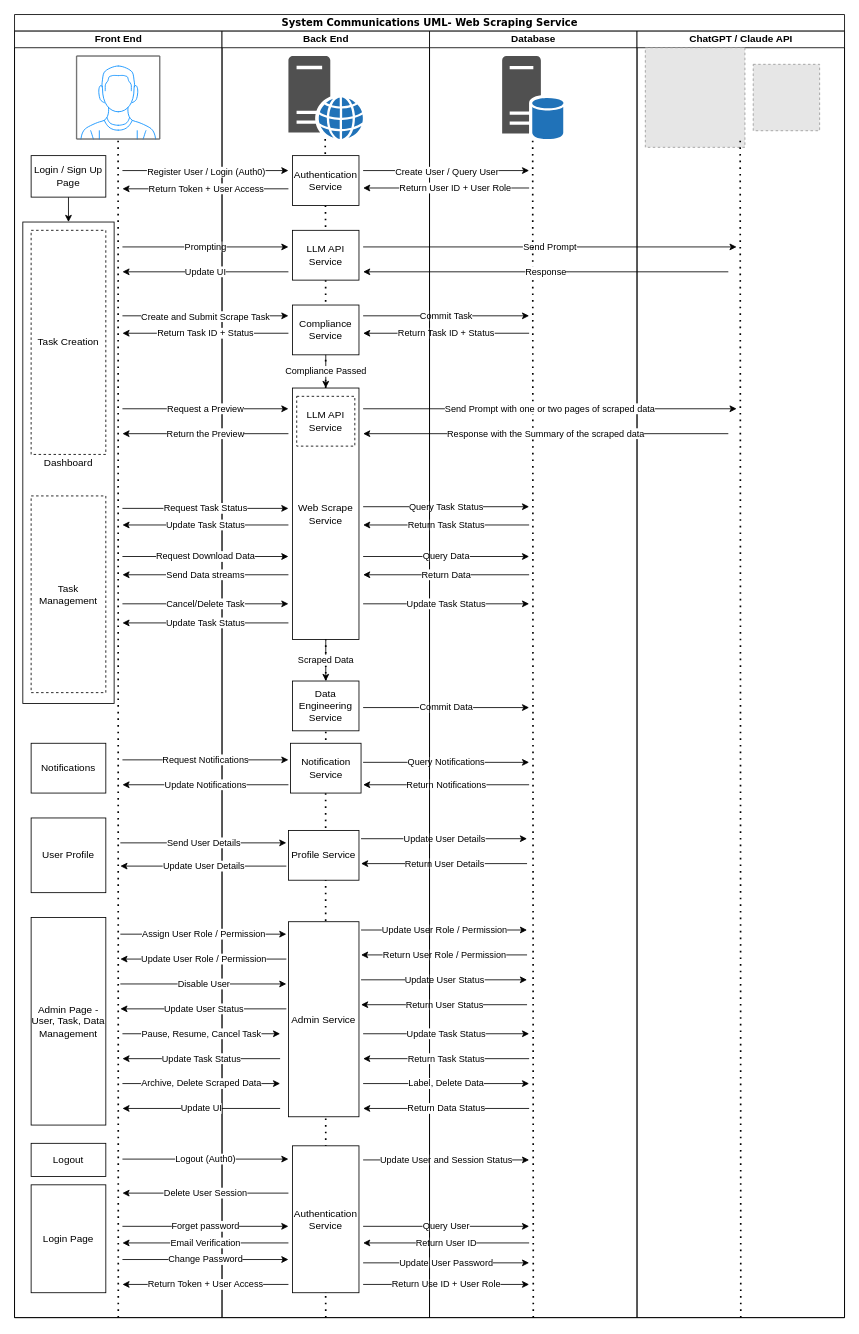
The draw.io diagram System Architecture UML.drawio in songjian0127/HTML-, before the edit. Source tidied: cells renumbered, new cells numbered last; positions are measured from the earlier drawing's top-left corner, leaving out a move shared by most shapes. Both pictures are drawn from the tidied source at 83%, with x=0, y=0 at pixel (14, 14). Pictures stored in the file or linked from it are replaced by grey dashed boxes.
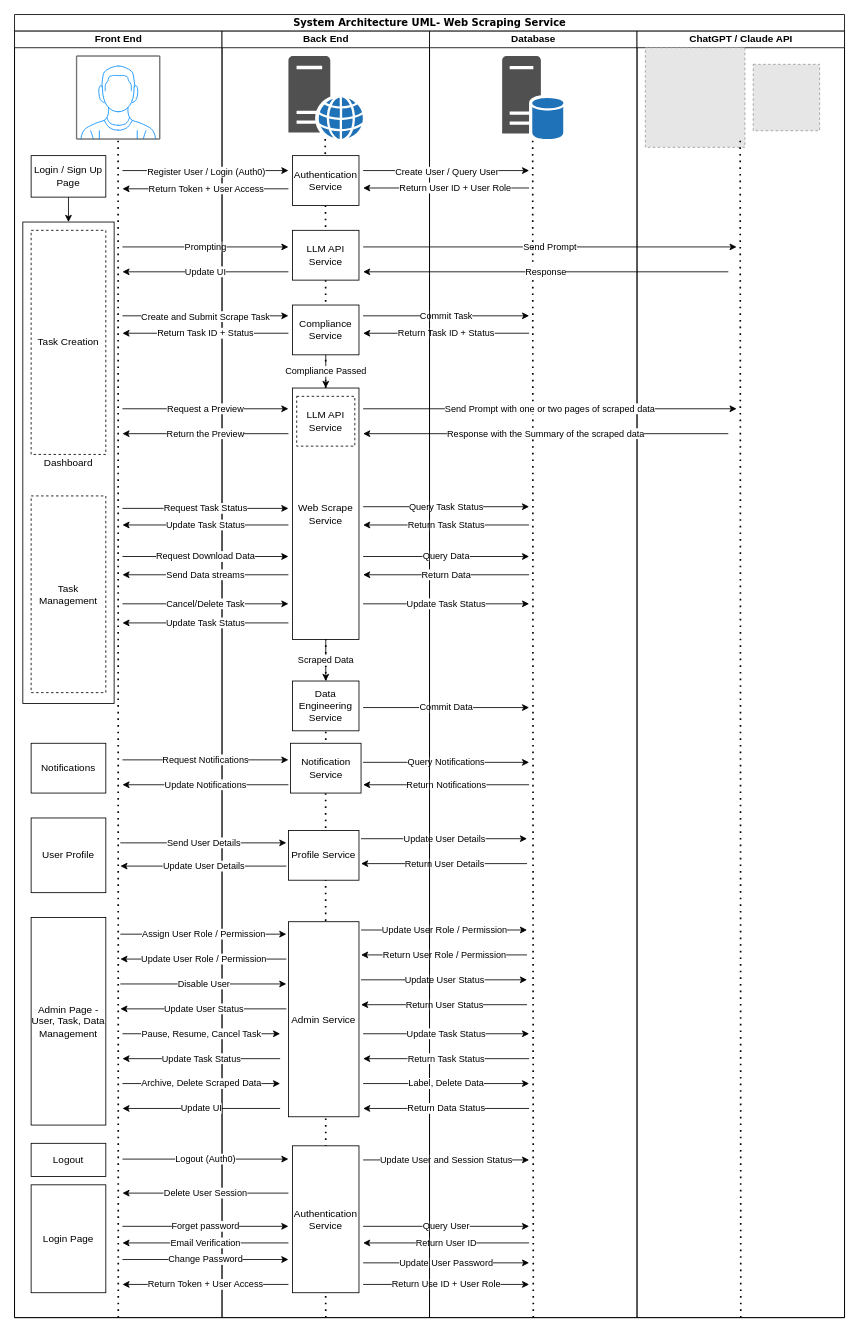
The same diagram, later.

The edit, as a diff of the source:
```diff
@@
-    <mxCell id="2" value="System Communications UML- Web Scraping Service" style="swimlane;html=1;startSize=20;rounded=0;shadow=0;comic=0;labelBackgroundColor=none;strokeWidth=1;fontFamily=Verdana;fontSize=12;align=center;" parent="1" vertex="1">
+    <mxCell id="2" value="System Architecture UML- Web Scraping Service" style="swimlane;html=1;startSize=20;rounded=0;shadow=0;comic=0;labelBackgroundColor=none;strokeWidth=1;fontFamily=Verdana;fontSize=12;align=center;" parent="1" vertex="1">
       <mxGeometry width="1000" height="1570" as="geometry" />
     </mxCell>
```
